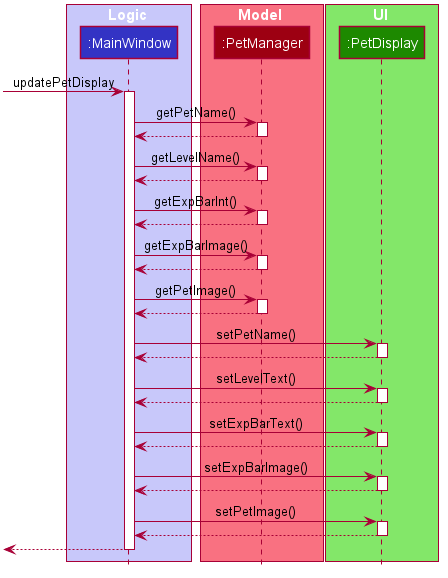
Earlier version of the PlantUML export docs/images/UpdatePetDisplaySequenceDiagram.png (nus-cs2103-AY1920S2/addressbook-level3).
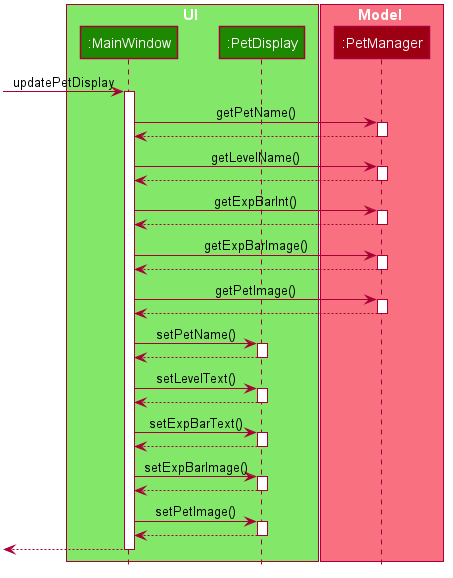
Above is the later version.

Change to the diagram source:
```diff
@@ -48,16 +48,13 @@
 hide members
 hide circle
 
-box Logic #C8C8FA
-participant ":MainWindow" as MainWindow #3333C4
+box UI #83E769
+participant ":MainWindow" as MainWindow #1D8900
+participant ":PetDisplay" as PetDisplay #1D8900
 end box
 
 box Model #F97181
 participant ":PetManager" as PetManager #9D0012
-end box
-
-box UI #83E769
-participant ":PetDisplay" as PetDisplay #1D8900
 end box
 
 [-> MainWindow : updatePetDisplay
```
